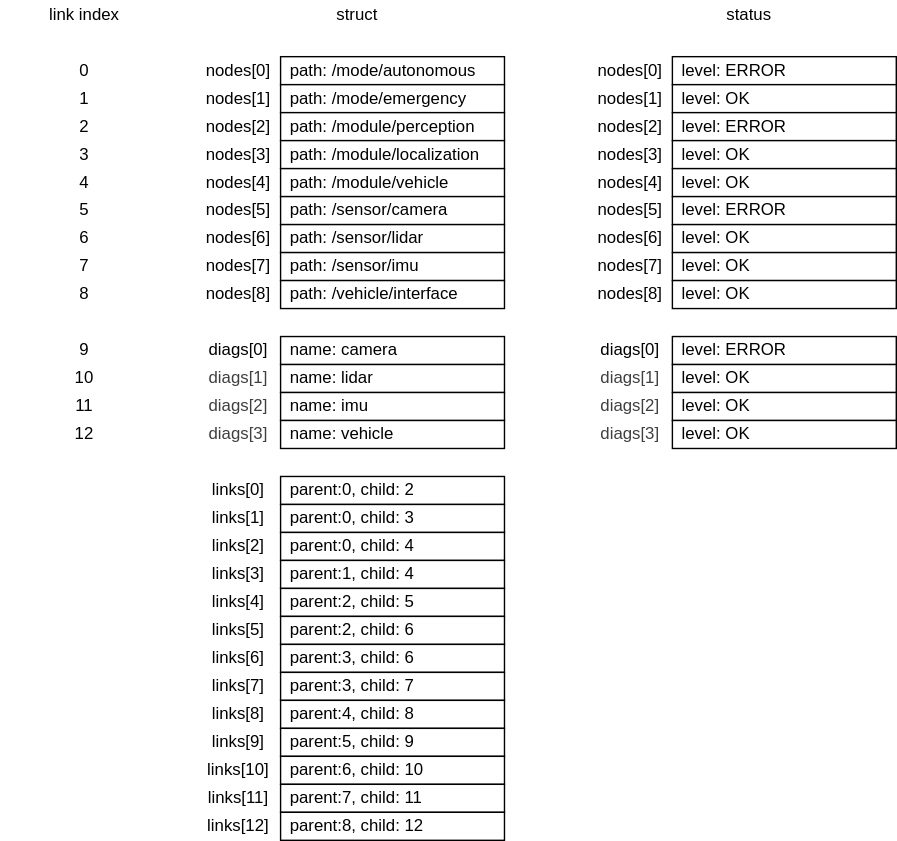
Before: docs/design/autoware-interfaces/ad-api/features/diagnostics/data.drawio.svg, a diagram exported from draw.io (autowarefoundation/autoware-documentation). Source tidied: cells renumbered, new cells last; positions are measured from the earlier drawing's top-left corner, leaving out a move shared by most shapes.
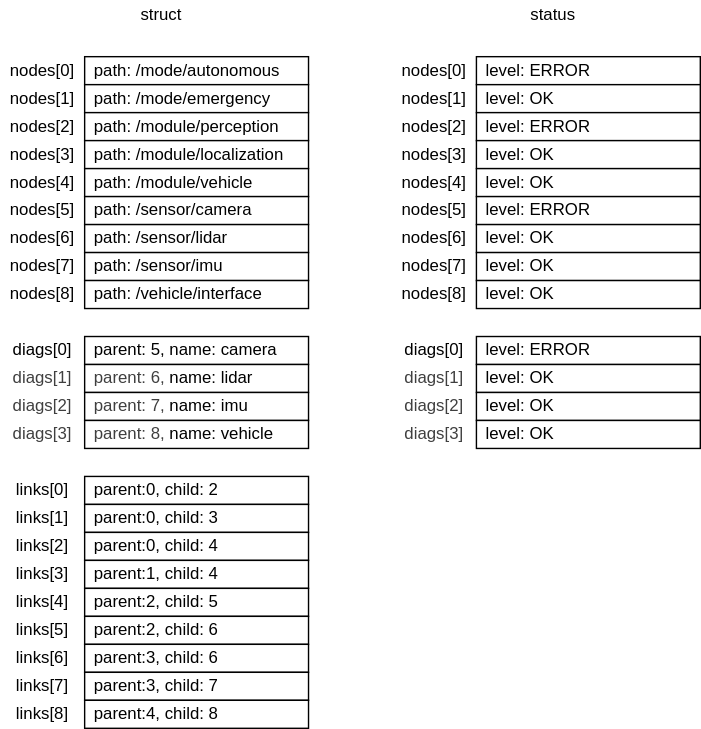
The same diagram one commit later.

The edit, as a diff of the source:
```diff
@@ -170,16 +170,16 @@
     <mxCell id="57" value="&lt;div style=&quot;text-align: left;&quot;&gt;status&lt;/div&gt;" style="rounded=0;whiteSpace=wrap;html=1;strokeColor=none;fillColor=none;" parent="1" vertex="1">
       <mxGeometry x="430" width="210" height="20" as="geometry" />
     </mxCell>
-    <mxCell id="58" value="&lt;div style=&quot;&quot;&gt;name: camera&lt;/div&gt;" style="rounded=0;whiteSpace=wrap;html=1;align=left;spacingLeft=5;" parent="1" vertex="1">
+    <mxCell id="58" value="&lt;div style=&quot;&quot;&gt;parent: 5, name: camera&lt;/div&gt;" style="rounded=0;whiteSpace=wrap;html=1;align=left;spacingLeft=5;" parent="1" vertex="1">
       <mxGeometry x="200" y="240" width="160" height="20" as="geometry" />
     </mxCell>
-    <mxCell id="59" value="&lt;div style=&quot;&quot;&gt;name: lidar&lt;/div&gt;" style="rounded=0;whiteSpace=wrap;html=1;align=left;spacingLeft=5;" parent="1" vertex="1">
+    <mxCell id="59" value="&lt;div style=&quot;&quot;&gt;&lt;span style=&quot;color: rgb(63, 63, 63); background-color: transparent;&quot;&gt;parent: 6,&lt;/span&gt;&lt;span style=&quot;color: rgb(63, 63, 63); background-color: transparent;&quot;&gt;&amp;nbsp;&lt;/span&gt;name: lidar&lt;/div&gt;" style="rounded=0;whiteSpace=wrap;html=1;align=left;spacingLeft=5;" parent="1" vertex="1">
       <mxGeometry x="200" y="260" width="160" height="20" as="geometry" />
     </mxCell>
-    <mxCell id="60" value="&lt;div style=&quot;&quot;&gt;name: imu&lt;/div&gt;" style="rounded=0;whiteSpace=wrap;html=1;align=left;spacingLeft=5;" parent="1" vertex="1">
+    <mxCell id="60" value="&lt;div style=&quot;&quot;&gt;&lt;span style=&quot;color: rgb(63, 63, 63); background-color: transparent;&quot;&gt;parent: 7,&lt;/span&gt;&lt;span style=&quot;color: rgb(63, 63, 63); background-color: transparent;&quot;&gt;&amp;nbsp;&lt;/span&gt;name: imu&lt;/div&gt;" style="rounded=0;whiteSpace=wrap;html=1;align=left;spacingLeft=5;" parent="1" vertex="1">
       <mxGeometry x="200" y="280" width="160" height="20" as="geometry" />
     </mxCell>
-    <mxCell id="61" value="&lt;div style=&quot;&quot;&gt;name: vehicle&lt;/div&gt;" style="rounded=0;whiteSpace=wrap;html=1;align=left;spacingLeft=5;" parent="1" vertex="1">
+    <mxCell id="61" value="&lt;div style=&quot;&quot;&gt;&lt;span style=&quot;color: rgb(63, 63, 63); background-color: transparent;&quot;&gt;parent: 8,&lt;/span&gt;&lt;span style=&quot;color: rgb(63, 63, 63); background-color: transparent;&quot;&gt;&amp;nbsp;&lt;/span&gt;name: vehicle&lt;/div&gt;" style="rounded=0;whiteSpace=wrap;html=1;align=left;spacingLeft=5;" parent="1" vertex="1">
       <mxGeometry x="200" y="300" width="160" height="20" as="geometry" />
     </mxCell>
     <mxCell id="62" value="&lt;div style=&quot;text-align: left;&quot;&gt;diags[0]&lt;/div&gt;" style="rounded=0;whiteSpace=wrap;html=1;strokeColor=none;fillColor=none;" parent="1" vertex="1">
@@ -218,71 +218,5 @@
     <mxCell id="73" value="&lt;div style=&quot;&quot;&gt;level: OK&lt;br&gt;&lt;/div&gt;" style="rounded=0;whiteSpace=wrap;html=1;align=left;spacingLeft=5;" parent="1" vertex="1">
       <mxGeometry x="480" y="300" width="160" height="20" as="geometry" />
     </mxCell>
-    <mxCell id="74" value="&lt;div style=&quot;&quot;&gt;parent:5, child: 9&lt;br&gt;&lt;/div&gt;" style="rounded=0;whiteSpace=wrap;html=1;align=left;spacingLeft=5;" parent="1" vertex="1">
-      <mxGeometry x="200" y="520" width="160" height="20" as="geometry" />
-    </mxCell>
-    <mxCell id="75" value="&lt;div style=&quot;&quot;&gt;parent:6, child: 10&lt;br&gt;&lt;/div&gt;" style="rounded=0;whiteSpace=wrap;html=1;align=left;spacingLeft=5;" parent="1" vertex="1">
-      <mxGeometry x="200" y="540" width="160" height="20" as="geometry" />
-    </mxCell>
-    <mxCell id="76" value="&lt;div style=&quot;&quot;&gt;parent:7, child: 11&lt;br&gt;&lt;/div&gt;" style="rounded=0;whiteSpace=wrap;html=1;align=left;spacingLeft=5;" parent="1" vertex="1">
-      <mxGeometry x="200" y="560" width="160" height="20" as="geometry" />
-    </mxCell>
-    <mxCell id="77" value="&lt;span style=&quot;text-align: left;&quot;&gt;links[9]&lt;/span&gt;&lt;span style=&quot;text-align: left;&quot;&gt;&lt;br&gt;&lt;/span&gt;" style="rounded=0;whiteSpace=wrap;html=1;strokeColor=none;fillColor=none;" parent="1" vertex="1">
-      <mxGeometry x="140" y="520" width="60" height="20" as="geometry" />
-    </mxCell>
-    <mxCell id="78" value="&lt;span style=&quot;text-align: left;&quot;&gt;links[10]&lt;/span&gt;&lt;span style=&quot;text-align: left;&quot;&gt;&lt;br&gt;&lt;/span&gt;" style="rounded=0;whiteSpace=wrap;html=1;strokeColor=none;fillColor=none;" parent="1" vertex="1">
-      <mxGeometry x="140" y="540" width="60" height="20" as="geometry" />
-    </mxCell>
-    <mxCell id="79" value="&lt;span style=&quot;text-align: left;&quot;&gt;links[11]&lt;/span&gt;&lt;span style=&quot;text-align: left;&quot;&gt;&lt;br&gt;&lt;/span&gt;" style="rounded=0;whiteSpace=wrap;html=1;strokeColor=none;fillColor=none;" parent="1" vertex="1">
-      <mxGeometry x="140" y="560" width="60" height="20" as="geometry" />
-    </mxCell>
-    <mxCell id="80" value="&lt;div style=&quot;&quot;&gt;parent:8, child: 12&lt;br&gt;&lt;/div&gt;" style="rounded=0;whiteSpace=wrap;html=1;align=left;spacingLeft=5;" parent="1" vertex="1">
-      <mxGeometry x="200" y="580" width="160" height="20" as="geometry" />
-    </mxCell>
-    <mxCell id="81" value="&lt;span style=&quot;text-align: left;&quot;&gt;links[12]&lt;/span&gt;&lt;span style=&quot;text-align: left;&quot;&gt;&lt;br&gt;&lt;/span&gt;" style="rounded=0;whiteSpace=wrap;html=1;strokeColor=none;fillColor=none;" parent="1" vertex="1">
-      <mxGeometry x="140" y="580" width="60" height="20" as="geometry" />
-    </mxCell>
-    <mxCell id="82" value="link index" style="rounded=0;whiteSpace=wrap;html=1;strokeColor=none;fillColor=none;" parent="1" vertex="1">
-      <mxGeometry width="120" height="20" as="geometry" />
-    </mxCell>
-    <mxCell id="83" value="&lt;div style=&quot;text-align: left;&quot;&gt;0&lt;/div&gt;" style="rounded=0;whiteSpace=wrap;html=1;strokeColor=none;fillColor=none;" parent="1" vertex="1">
-      <mxGeometry x="40" y="40" width="40" height="20" as="geometry" />
-    </mxCell>
-    <mxCell id="84" value="&lt;div style=&quot;text-align: left;&quot;&gt;1&lt;/div&gt;" style="rounded=0;whiteSpace=wrap;html=1;strokeColor=none;fillColor=none;" parent="1" vertex="1">
-      <mxGeometry x="40" y="60" width="40" height="20" as="geometry" />
-    </mxCell>
-    <mxCell id="85" value="&lt;div style=&quot;text-align: left;&quot;&gt;2&lt;/div&gt;" style="rounded=0;whiteSpace=wrap;html=1;strokeColor=none;fillColor=none;" parent="1" vertex="1">
-      <mxGeometry x="40" y="80" width="40" height="20" as="geometry" />
-    </mxCell>
-    <mxCell id="86" value="&lt;div style=&quot;text-align: left;&quot;&gt;3&lt;/div&gt;" style="rounded=0;whiteSpace=wrap;html=1;strokeColor=none;fillColor=none;" parent="1" vertex="1">
-      <mxGeometry x="40" y="100" width="40" height="20" as="geometry" />
-    </mxCell>
-    <mxCell id="87" value="&lt;div style=&quot;text-align: left;&quot;&gt;4&lt;/div&gt;" style="rounded=0;whiteSpace=wrap;html=1;strokeColor=none;fillColor=none;" parent="1" vertex="1">
-      <mxGeometry x="40" y="120" width="40" height="20" as="geometry" />
-    </mxCell>
-    <mxCell id="88" value="&lt;div style=&quot;text-align: left;&quot;&gt;5&lt;/div&gt;" style="rounded=0;whiteSpace=wrap;html=1;strokeColor=none;fillColor=none;" parent="1" vertex="1">
-      <mxGeometry x="40" y="140" width="40" height="20" as="geometry" />
-    </mxCell>
-    <mxCell id="89" value="&lt;div style=&quot;text-align: left;&quot;&gt;6&lt;/div&gt;" style="rounded=0;whiteSpace=wrap;html=1;strokeColor=none;fillColor=none;" parent="1" vertex="1">
-      <mxGeometry x="40" y="160" width="40" height="20" as="geometry" />
-    </mxCell>
-    <mxCell id="90" value="&lt;div style=&quot;text-align: left;&quot;&gt;7&lt;/div&gt;" style="rounded=0;whiteSpace=wrap;html=1;strokeColor=none;fillColor=none;" parent="1" vertex="1">
-      <mxGeometry x="40" y="180" width="40" height="20" as="geometry" />
-    </mxCell>
-    <mxCell id="91" value="&lt;div style=&quot;text-align: left;&quot;&gt;8&lt;/div&gt;" style="rounded=0;whiteSpace=wrap;html=1;strokeColor=none;fillColor=none;" parent="1" vertex="1">
-      <mxGeometry x="40" y="200" width="40" height="20" as="geometry" />
-    </mxCell>
-    <mxCell id="92" value="&lt;div style=&quot;text-align: left;&quot;&gt;9&lt;/div&gt;" style="rounded=0;whiteSpace=wrap;html=1;strokeColor=none;fillColor=none;" parent="1" vertex="1">
-      <mxGeometry x="40" y="240" width="40" height="20" as="geometry" />
-    </mxCell>
-    <mxCell id="93" value="&lt;div style=&quot;text-align: left;&quot;&gt;10&lt;/div&gt;" style="rounded=0;whiteSpace=wrap;html=1;strokeColor=none;fillColor=none;" parent="1" vertex="1">
-      <mxGeometry x="40" y="260" width="40" height="20" as="geometry" />
-    </mxCell>
-    <mxCell id="94" value="&lt;div style=&quot;text-align: left;&quot;&gt;11&lt;/div&gt;" style="rounded=0;whiteSpace=wrap;html=1;strokeColor=none;fillColor=none;" parent="1" vertex="1">
-      <mxGeometry x="40" y="280" width="40" height="20" as="geometry" />
-    </mxCell>
-    <mxCell id="95" value="&lt;div style=&quot;text-align: left;&quot;&gt;12&lt;/div&gt;" style="rounded=0;whiteSpace=wrap;html=1;strokeColor=none;fillColor=none;" parent="1" vertex="1">
-      <mxGeometry x="40" y="300" width="40" height="20" as="geometry" />
-    </mxCell>
   </root>
 </mxGraphModel>
```
